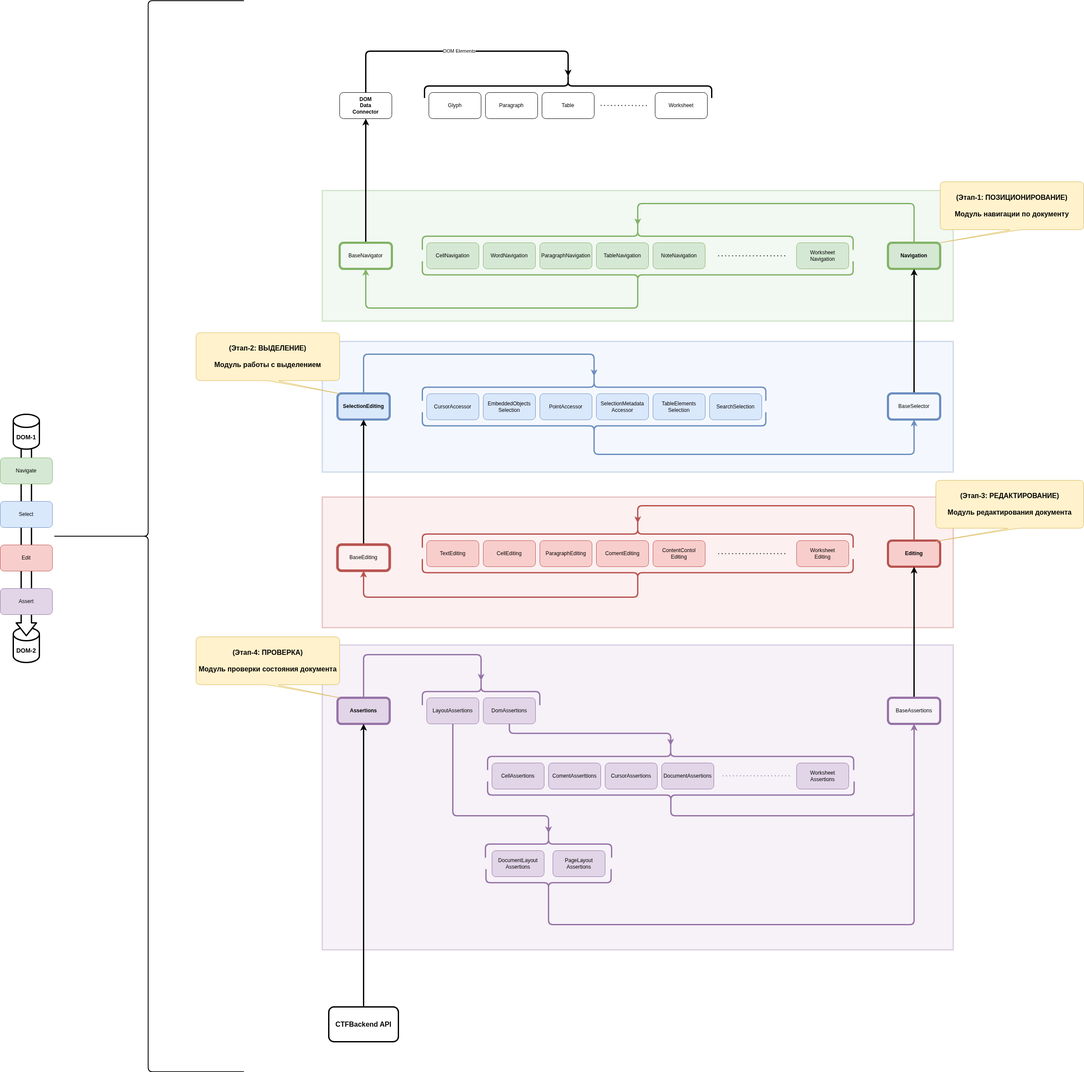
This is System Examples/E-Document Editor/Testing Framework/desktop-editor.drawio.png from AlexeyPerestoronin/System-Design, a draw.io export, as it was before one commit. Source tidied: cells renumbered, new cells last; positions are measured from the earlier drawing's top-left corner, leaving out a move shared by most shapes.
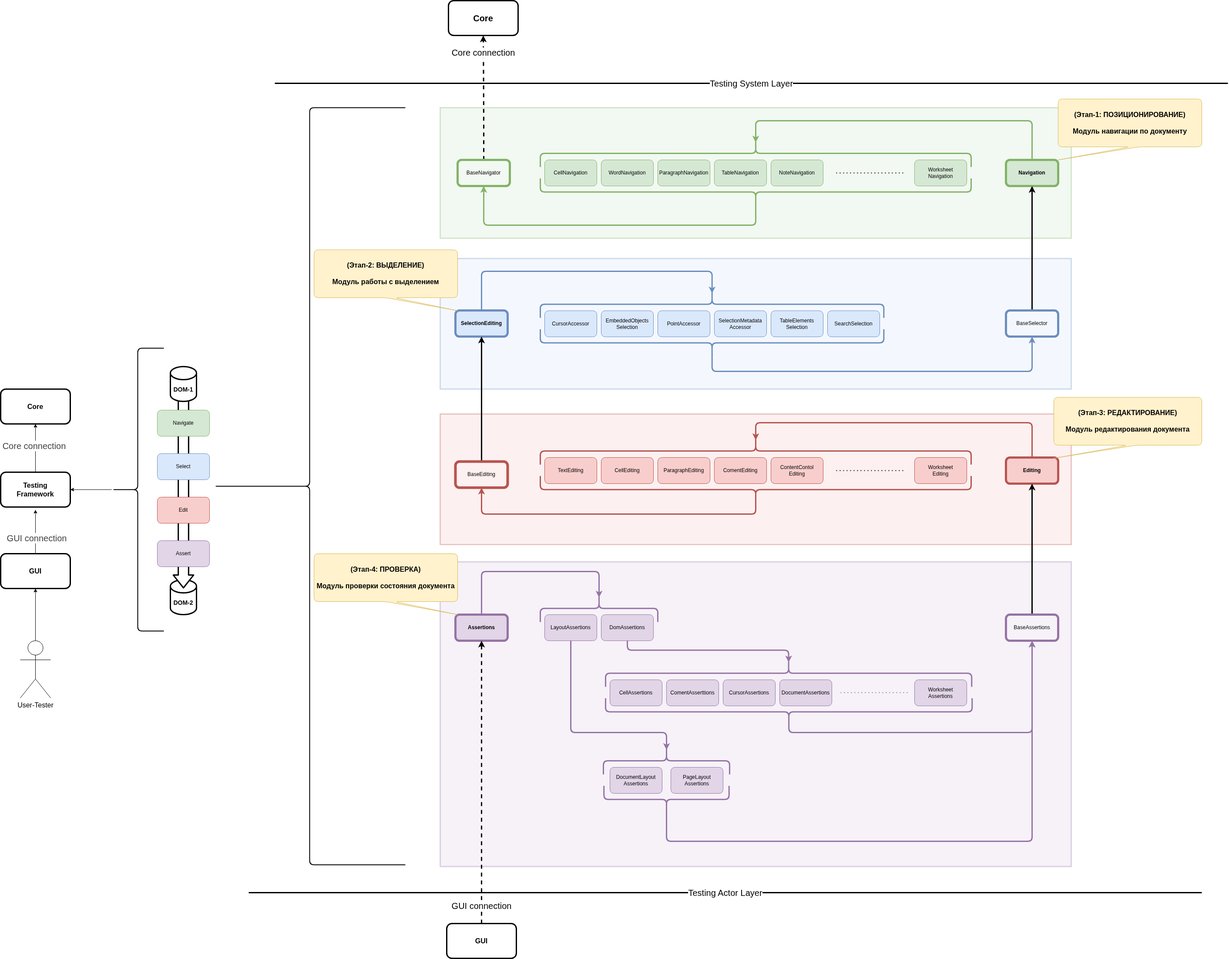
Above is the later version.

Commit message:
5-Layer Arch: finish

Diff of the diagram source:
```diff
@@ -14,8 +14,8 @@
     <mxCell id="5" style="rounded=0;whiteSpace=wrap;html=1;fillColor=#d5e8d4;strokeWidth=3;strokeColor=#82b366;opacity=30;" parent="1" vertex="1">
       <mxGeometry x="740" y="570" width="1450" height="300" as="geometry" />
     </mxCell>
-    <mxCell id="6" value="&lt;b&gt;DOM&lt;/b&gt;&lt;div&gt;&lt;b&gt;Data&lt;/b&gt;&lt;div&gt;&lt;b&gt;Connector&lt;/b&gt;&lt;/div&gt;&lt;/div&gt;" style="rounded=1;whiteSpace=wrap;html=1;" parent="1" vertex="1">
-      <mxGeometry x="780" y="345" width="120" height="60" as="geometry" />
+    <mxCell id="6" value="&lt;b&gt;&lt;font style=&quot;font-size: 20px;&quot;&gt;Core&lt;/font&gt;&lt;/b&gt;" style="rounded=1;whiteSpace=wrap;html=1;strokeWidth=3;" parent="1" vertex="1">
+      <mxGeometry x="759" y="324" width="160" height="80" as="geometry" />
     </mxCell>
     <mxCell id="7" value="Navigation" style="rounded=1;whiteSpace=wrap;html=1;fillColor=#d5e8d4;strokeColor=#82b366;strokeWidth=5;fontStyle=1;" parent="1" vertex="1">
       <mxGeometry x="2040" y="690" width="120" height="60" as="geometry" />
@@ -26,29 +26,6 @@
     <mxCell id="9" value="Editing" style="rounded=1;whiteSpace=wrap;html=1;fillColor=#f8cecc;strokeColor=#b85450;strokeWidth=5;fontStyle=1;" parent="1" vertex="1">
       <mxGeometry x="2040" y="1374" width="120" height="60" as="geometry" />
     </mxCell>
-    <mxCell id="10" value="Glyph" style="rounded=1;whiteSpace=wrap;html=1;" parent="1" vertex="1">
-      <mxGeometry x="985" y="345" width="120" height="60" as="geometry" />
-    </mxCell>
-    <mxCell id="11" value="Paragraph" style="rounded=1;whiteSpace=wrap;html=1;" parent="1" vertex="1">
-      <mxGeometry x="1115" y="345" width="120" height="60" as="geometry" />
-    </mxCell>
-    <mxCell id="12" value="Table" style="rounded=1;whiteSpace=wrap;html=1;" parent="1" vertex="1">
-      <mxGeometry x="1245" y="345" width="120" height="60" as="geometry" />
-    </mxCell>
-    <mxCell id="13" value="Worksheet" style="rounded=1;whiteSpace=wrap;html=1;" parent="1" vertex="1">
-      <mxGeometry x="1505" y="345" width="120" height="60" as="geometry" />
-    </mxCell>
-    <mxCell id="14" style="shape=curlyBracket;whiteSpace=wrap;html=1;rounded=1;flipH=1;labelPosition=right;verticalLabelPosition=middle;align=left;verticalAlign=middle;rotation=-90;strokeWidth=3;" parent="1" vertex="1">
-      <mxGeometry x="1277.5" width="55" height="660" as="geometry" />
-    </mxCell>
-    <mxCell id="15" value="DOM Elements" style="edgeStyle=orthogonalEdgeStyle;html=1;entryX=0.1;entryY=0.5;entryDx=0;entryDy=0;entryPerimeter=0;exitX=0.5;exitY=0;exitDx=0;exitDy=0;strokeWidth=3;" parent="1" edge="1" source="6" target="14">
-      <mxGeometry relative="1" as="geometry">
-        <Array as="points">
-          <mxPoint x="840" y="250" />
-          <mxPoint x="1305" y="250" />
-        </Array>
-      </mxGeometry>
-    </mxCell>
     <mxCell id="16" value="TextEditing" style="rounded=1;whiteSpace=wrap;html=1;fillColor=#f8cecc;strokeColor=#b85450;" parent="1" vertex="1">
       <mxGeometry x="980" y="1374" width="120" height="60" as="geometry" />
     </mxCell>
@@ -153,8 +130,8 @@
         <mxPoint x="1810" y="720" as="targetPoint" />
       </mxGeometry>
     </mxCell>
-    <mxCell id="47" style="edgeStyle=orthogonalEdgeStyle;curved=1;html=1;entryX=0.5;entryY=1;entryDx=0;entryDy=0;strokeWidth=3;" parent="1" edge="1" source="48" target="6">
-      <mxGeometry relative="1" as="geometry" />
+    <mxCell id="47" value="&lt;font style=&quot;font-size: 20px;&quot;&gt;Core connection&lt;/font&gt;" style="edgeStyle=orthogonalEdgeStyle;curved=1;html=1;entryX=0.5;entryY=1;entryDx=0;entryDy=0;strokeWidth=3;dashed=1;" parent="1" edge="1" source="48" target="6">
+      <mxGeometry x="0.73" relative="1" as="geometry" />
     </mxCell>
     <mxCell id="48" value="BaseNavigator" style="rounded=1;whiteSpace=wrap;html=1;fillColor=none;strokeColor=#82b366;strokeWidth=5;" parent="1" vertex="1">
       <mxGeometry x="780" y="690" width="120" height="60" as="geometry" />
@@ -291,10 +268,10 @@
         </Array>
       </mxGeometry>
     </mxCell>
-    <mxCell id="77" style="edgeStyle=orthogonalEdgeStyle;html=1;entryX=0.5;entryY=1;entryDx=0;entryDy=0;strokeWidth=3;" parent="1" edge="1" source="78" target="54">
-      <mxGeometry relative="1" as="geometry" />
+    <mxCell id="77" value="&lt;font style=&quot;font-size: 20px;&quot;&gt;GUI connection&lt;/font&gt;" style="edgeStyle=orthogonalEdgeStyle;html=1;entryX=0.5;entryY=1;entryDx=0;entryDy=0;strokeWidth=3;dashed=1;" parent="1" edge="1" source="78" target="54">
+      <mxGeometry x="-0.87" relative="1" as="geometry" />
     </mxCell>
-    <mxCell id="78" value="&lt;div&gt;&lt;span style=&quot;font-size: 16px;&quot;&gt;&lt;b&gt;CTFBackend API&lt;/b&gt;&lt;/span&gt;&lt;/div&gt;" style="rounded=1;whiteSpace=wrap;html=1;strokeWidth=3;" parent="1" vertex="1">
+    <mxCell id="78" value="&lt;div&gt;&lt;span style=&quot;font-size: 16px;&quot;&gt;&lt;b&gt;GUI&lt;/b&gt;&lt;/span&gt;&lt;/div&gt;" style="rounded=1;whiteSpace=wrap;html=1;strokeWidth=3;" parent="1" vertex="1">
       <mxGeometry x="755" y="2445" width="160" height="80" as="geometry" />
     </mxCell>
     <mxCell id="79" value="&lt;div&gt;&lt;font style=&quot;font-size: 16px;&quot;&gt;&lt;b&gt;(Этап-1: ПОЗИЦИОНИРОВАНИЕ)&lt;/b&gt;&lt;/font&gt;&lt;/div&gt;&lt;div&gt;&lt;font style=&quot;font-size: 16px;&quot;&gt;&lt;b&gt;&lt;br&gt;&lt;/b&gt;&lt;/font&gt;&lt;/div&gt;&lt;font style=&quot;font-size: 16px;&quot;&gt;&lt;b&gt;Модуль навигации по документу&lt;/b&gt;&lt;/font&gt;" style="shape=callout;whiteSpace=wrap;html=1;perimeter=calloutPerimeter;fillColor=#fff2cc;strokeColor=#d6b656;position2=0;rounded=1;" parent="1" vertex="1">
@@ -309,38 +286,81 @@
     <mxCell id="82" value="&lt;div&gt;&lt;font style=&quot;font-size: 16px;&quot;&gt;&lt;b&gt;(Этап-4: ПРОВЕРКА)&lt;/b&gt;&lt;/font&gt;&lt;/div&gt;&lt;div&gt;&lt;font style=&quot;font-size: 16px;&quot;&gt;&lt;b&gt;&lt;br&gt;&lt;/b&gt;&lt;/font&gt;&lt;/div&gt;&lt;font style=&quot;font-size: 16px;&quot;&gt;&lt;b&gt;Модуль проверки состояния документа&lt;/b&gt;&lt;/font&gt;" style="shape=callout;whiteSpace=wrap;html=1;perimeter=calloutPerimeter;fillColor=#fff2cc;strokeColor=#d6b656;position2=1;rounded=1;" parent="1" vertex="1">
       <mxGeometry x="450" y="1595" width="330" height="140" as="geometry" />
     </mxCell>
-    <mxCell id="83" style="endArrow=none;dashed=1;html=1;dashPattern=1 3;strokeWidth=2;curved=1;" parent="1" edge="1">
-      <mxGeometry relative="1" as="geometry">
-        <mxPoint x="1380" y="374.6" as="sourcePoint" />
-        <mxPoint x="1490" y="375" as="targetPoint" />
-      </mxGeometry>
-    </mxCell>
     <mxCell id="84" value="&lt;b&gt;&lt;font style=&quot;font-size: 14px;&quot;&gt;DOM-2&lt;/font&gt;&lt;/b&gt;" style="shape=cylinder3;whiteSpace=wrap;html=1;boundedLbl=1;backgroundOutline=1;size=15;strokeWidth=3;" parent="1" vertex="1">
-      <mxGeometry x="30" y="1574" width="60" height="80" as="geometry" />
+      <mxGeometry x="120" y="1655" width="60" height="80" as="geometry" />
     </mxCell>
     <mxCell id="85" style="shape=flexArrow;endArrow=classic;html=1;width=21.666666666666668;endSize=8.825000000000001;fillColor=default;strokeWidth=3;" parent="1" edge="1">
       <mxGeometry relative="1" as="geometry">
-        <mxPoint x="60" y="1154" as="sourcePoint" />
-        <mxPoint x="60" y="1594" as="targetPoint" />
+        <mxPoint x="150" y="1235" as="sourcePoint" />
+        <mxPoint x="150" y="1675" as="targetPoint" />
       </mxGeometry>
     </mxCell>
     <mxCell id="86" value="Navigate" style="rounded=1;whiteSpace=wrap;html=1;fillColor=#d5e8d4;strokeColor=#82b366;" parent="1" vertex="1">
-      <mxGeometry y="1184" width="120" height="60" as="geometry" />
+      <mxGeometry x="90" y="1265" width="120" height="60" as="geometry" />
     </mxCell>
     <mxCell id="87" value="Select" style="rounded=1;whiteSpace=wrap;html=1;fillColor=#dae8fc;strokeColor=#6c8ebf;" parent="1" vertex="1">
-      <mxGeometry y="1284" width="120" height="60" as="geometry" />
+      <mxGeometry x="90" y="1365" width="120" height="60" as="geometry" />
     </mxCell>
     <mxCell id="88" value="Edit" style="rounded=1;whiteSpace=wrap;html=1;fillColor=#f8cecc;strokeColor=#b85450;" parent="1" vertex="1">
-      <mxGeometry y="1384" width="120" height="60" as="geometry" />
+      <mxGeometry x="90" y="1465" width="120" height="60" as="geometry" />
     </mxCell>
     <mxCell id="89" value="Assert" style="rounded=1;whiteSpace=wrap;html=1;fillColor=#e1d5e7;strokeColor=#9673a6;" parent="1" vertex="1">
-      <mxGeometry y="1484" width="120" height="60" as="geometry" />
+      <mxGeometry x="90" y="1565" width="120" height="60" as="geometry" />
     </mxCell>
     <mxCell id="90" value="&lt;b&gt;&lt;font style=&quot;font-size: 14px;&quot;&gt;DOM-1&lt;/font&gt;&lt;/b&gt;" style="shape=cylinder3;whiteSpace=wrap;html=1;boundedLbl=1;backgroundOutline=1;size=15;strokeWidth=3;" parent="1" vertex="1">
-      <mxGeometry x="30" y="1084" width="60" height="80" as="geometry" />
+      <mxGeometry x="120" y="1165" width="60" height="80" as="geometry" />
     </mxCell>
     <mxCell id="91" style="shape=curlyBracket;whiteSpace=wrap;html=1;rounded=1;labelPosition=left;verticalLabelPosition=middle;align=right;verticalAlign=middle;strokeWidth=2;" parent="1" vertex="1">
-      <mxGeometry x="120" y="134" width="440" height="2460" as="geometry" />
+      <mxGeometry x="220" y="570" width="440" height="1740" as="geometry" />
     </mxCell>
+    <mxCell id="92" value="&lt;span style=&quot;font-size: 20px;&quot;&gt;Testing System Layer&lt;/span&gt;" style="endArrow=none;html=1;strokeWidth=3;" parent="1" edge="1">
+      <mxGeometry relative="1" as="geometry">
+        <mxPoint x="360" y="514" as="sourcePoint" />
+        <mxPoint x="2550" y="514" as="targetPoint" />
+      </mxGeometry>
+    </mxCell>
+    <mxCell id="93" value="&lt;span style=&quot;font-size: 20px;&quot;&gt;Testing Actor Layer&lt;/span&gt;" style="endArrow=none;html=1;strokeWidth=3;" parent="1" edge="1">
+      <mxGeometry relative="1" as="geometry">
+        <mxPoint x="300" y="2374" as="sourcePoint" />
+        <mxPoint x="2490" y="2374" as="targetPoint" />
+      </mxGeometry>
+    </mxCell>
+    <mxCell id="94" style="edgeStyle=none;html=1;" parent="1" edge="1" source="95" target="101">
+      <mxGeometry relative="1" as="geometry" />
+    </mxCell>
+    <mxCell id="95" style="shape=curlyBracket;whiteSpace=wrap;html=1;rounded=1;labelPosition=left;verticalLabelPosition=middle;align=right;verticalAlign=middle;strokeWidth=2;" parent="1" vertex="1">
+      <mxGeometry x="-15" y="1122.8" width="120" height="650" as="geometry" />
+    </mxCell>
+    <mxCell id="96" style="edgeStyle=none;html=1;" parent="1" edge="1" source="98">
+      <mxGeometry relative="1" as="geometry">
+        <mxPoint x="-190" y="1494" as="targetPoint" />
+      </mxGeometry>
+    </mxCell>
+    <mxCell id="97" value="&lt;span style=&quot;color: rgb(63, 63, 63); font-size: 20px;&quot;&gt;GUI connection&lt;/span&gt;" style="edgeLabel;html=1;align=center;verticalAlign=middle;" parent="96" vertex="1">
+      <mxGeometry x="-0.27" y="-2" relative="1" as="geometry">
+        <mxPoint y="1" as="offset" />
+      </mxGeometry>
+    </mxCell>
+    <mxCell id="98" value="&lt;div&gt;&lt;span style=&quot;font-size: 16px;&quot;&gt;&lt;b&gt;GUI&lt;/b&gt;&lt;/span&gt;&lt;/div&gt;" style="rounded=1;whiteSpace=wrap;html=1;strokeWidth=3;" parent="1" vertex="1">
+      <mxGeometry x="-270" y="1595" width="160" height="80" as="geometry" />
+    </mxCell>
+    <mxCell id="99" style="edgeStyle=none;html=1;entryX=0.5;entryY=1;entryDx=0;entryDy=0;" parent="1" edge="1" source="101" target="102">
+      <mxGeometry relative="1" as="geometry" />
+    </mxCell>
+    <mxCell id="100" value="&lt;span style=&quot;color: rgb(63, 63, 63); font-size: 20px;&quot;&gt;Core connection&lt;/span&gt;" style="edgeLabel;html=1;align=center;verticalAlign=middle;" parent="99" vertex="1">
+      <mxGeometry x="0.11" y="4" relative="1" as="geometry" />
+    </mxCell>
+    <mxCell id="101" value="&lt;div&gt;&lt;span style=&quot;font-size: 16px;&quot;&gt;&lt;b&gt;Testing&lt;/b&gt;&lt;/span&gt;&lt;/div&gt;&lt;div&gt;&lt;span style=&quot;font-size: 16px;&quot;&gt;&lt;b&gt;Framework&lt;/b&gt;&lt;/span&gt;&lt;/div&gt;" style="rounded=1;whiteSpace=wrap;html=1;strokeWidth=3;" parent="1" vertex="1">
+      <mxGeometry x="-270" y="1407.8" width="160" height="80" as="geometry" />
+    </mxCell>
+    <mxCell id="102" value="&lt;span style=&quot;font-size: 16px;&quot;&gt;&lt;b&gt;Core&lt;/b&gt;&lt;/span&gt;" style="rounded=1;whiteSpace=wrap;html=1;strokeWidth=3;" parent="1" vertex="1">
+      <mxGeometry x="-270" y="1216.6" width="160" height="80" as="geometry" />
+    </mxCell>
+    <mxCell id="103" style="edgeStyle=none;html=1;" parent="1" edge="1" source="104" target="98">
+      <mxGeometry relative="1" as="geometry" />
+    </mxCell>
+    <mxCell id="104" value="&lt;font style=&quot;font-size: 16px;&quot;&gt;User-Tester&lt;/font&gt;" style="shape=umlActor;verticalLabelPosition=bottom;verticalAlign=top;html=1;outlineConnect=0;" parent="1" vertex="1">
+      <mxGeometry x="-225" y="1795" width="70" height="131.8" as="geometry" />
+    </mxCell>
   </root>
 </mxGraphModel>
```
